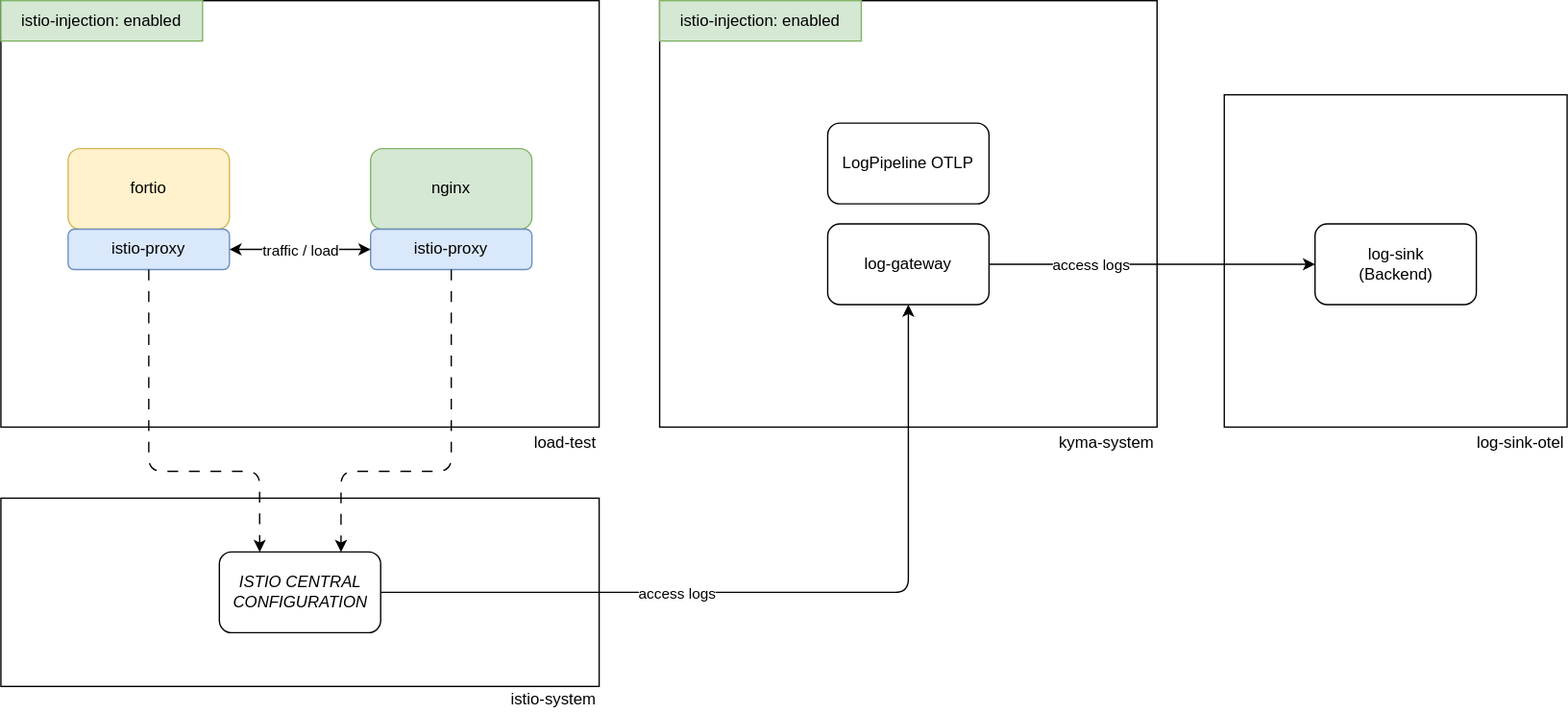
TeodorSAP/playground keeps this draw.io diagram as telemetry-manager/istio-access-logs/load-test-architecture.drawio.svg. Above is the earlier version. Source tidied: cells renumbered, new cells last; positions are measured from the earlier drawing's top-left corner, leaving out a move shared by most shapes. Its diagram source:
```xml
<mxGraphModel>
  <root>
    <mxCell id="0" />
    <mxCell id="1" parent="0" />
    <mxCell id="2" style="group;" parent="1" vertex="1">
      <mxGeometry x="910" width="255" height="370" as="geometry" />
    </mxCell>
    <mxCell id="3" style="rounded=0;whiteSpace=wrap;html=1;fillColor=none;" parent="2" vertex="1">
      <mxGeometry y="70" width="255" height="247.1" as="geometry" />
    </mxCell>
    <mxCell id="4" value="log-sink-otel" style="text;html=1;align=right;verticalAlign=middle;whiteSpace=wrap;rounded=0;" parent="2" vertex="1">
      <mxGeometry x="85" y="317.1" width="170" height="22.9" as="geometry" />
    </mxCell>
    <mxCell id="5" value="log-sink&lt;div&gt;(Backend)&lt;/div&gt;" style="rounded=1;whiteSpace=wrap;html=1;" parent="2" vertex="1">
      <mxGeometry x="67.5" y="166.1" width="120" height="60" as="geometry" />
    </mxCell>
    <mxCell id="6" style="group;" parent="1" vertex="1">
      <mxGeometry x="190" width="255" height="370" as="geometry" />
    </mxCell>
    <mxCell id="7" style="rounded=0;whiteSpace=wrap;html=1;fillColor=none;" parent="6" vertex="1">
      <mxGeometry x="-190" width="445" height="317.1" as="geometry" />
    </mxCell>
    <mxCell id="8" value="load-test" style="text;html=1;align=right;verticalAlign=middle;whiteSpace=wrap;rounded=0;" parent="6" vertex="1">
      <mxGeometry x="85" y="317.1" width="170" height="22.9" as="geometry" />
    </mxCell>
    <mxCell id="9" value="nginx" style="rounded=1;whiteSpace=wrap;html=1;fillColor=#d5e8d4;strokeColor=#82b366;" parent="6" vertex="1">
      <mxGeometry x="85" y="110" width="120" height="60" as="geometry" />
    </mxCell>
    <mxCell id="10" value="istio-proxy" style="rounded=1;whiteSpace=wrap;html=1;fillColor=#dae8fc;strokeColor=#6c8ebf;" parent="6" vertex="1">
      <mxGeometry x="85" y="170" width="120" height="30" as="geometry" />
    </mxCell>
    <mxCell id="11" value="fortio" style="rounded=1;whiteSpace=wrap;html=1;fillColor=#fff2cc;strokeColor=#d6b656;" parent="6" vertex="1">
      <mxGeometry x="-140" y="110" width="120" height="60" as="geometry" />
    </mxCell>
    <mxCell id="12" value="istio-proxy" style="rounded=1;whiteSpace=wrap;html=1;fillColor=#dae8fc;strokeColor=#6c8ebf;" parent="6" vertex="1">
      <mxGeometry x="-140" y="170" width="120" height="30" as="geometry" />
    </mxCell>
    <mxCell id="13" style="edgeStyle=none;html=1;entryX=0;entryY=0.5;entryDx=0;entryDy=0;startArrow=classic;startFill=1;exitX=1;exitY=0.5;exitDx=0;exitDy=0;" parent="6" edge="1" source="12" target="10">
      <mxGeometry relative="1" as="geometry" />
    </mxCell>
    <mxCell id="14" value="traffic / load" style="edgeLabel;html=1;align=center;verticalAlign=middle;" parent="13" vertex="1">
      <mxGeometry x="-0.04" y="-2" relative="1" as="geometry">
        <mxPoint x="2" y="-2" as="offset" />
      </mxGeometry>
    </mxCell>
    <mxCell id="15" style="group;" parent="1" vertex="1">
      <mxGeometry x="490" width="370" height="370" as="geometry" />
    </mxCell>
    <mxCell id="16" style="rounded=0;whiteSpace=wrap;html=1;fillColor=none;" parent="15" vertex="1">
      <mxGeometry width="370" height="317.1" as="geometry" />
    </mxCell>
    <mxCell id="17" value="kyma-system" style="text;html=1;align=right;verticalAlign=middle;whiteSpace=wrap;rounded=0;" parent="15" vertex="1">
      <mxGeometry x="123.3" y="317.1" width="246.7" height="22.9" as="geometry" />
    </mxCell>
    <mxCell id="18" value="log-gateway" style="rounded=1;whiteSpace=wrap;html=1;" parent="15" vertex="1">
      <mxGeometry x="125" y="166.1" width="120" height="60" as="geometry" />
    </mxCell>
    <mxCell id="19" value="LogPipeline OTLP" style="rounded=1;whiteSpace=wrap;html=1;" parent="15" vertex="1">
      <mxGeometry x="125" y="91.1" width="120" height="60" as="geometry" />
    </mxCell>
    <mxCell id="20" value="istio-injection: enabled" style="text;html=1;align=center;verticalAlign=middle;whiteSpace=wrap;rounded=0;fillColor=#d5e8d4;strokeColor=#82b366;" parent="15" vertex="1">
      <mxGeometry width="150" height="30" as="geometry" />
    </mxCell>
    <mxCell id="21" style="edgeStyle=orthogonalEdgeStyle;html=1;entryX=0;entryY=0.5;entryDx=0;entryDy=0;exitX=1;exitY=0.5;exitDx=0;exitDy=0;" parent="1" edge="1" source="18" target="5">
      <mxGeometry relative="1" as="geometry" />
    </mxCell>
    <mxCell id="22" value="access logs" style="edgeLabel;html=1;align=center;verticalAlign=middle;" parent="21" vertex="1">
      <mxGeometry x="-0.28" y="1" relative="1" as="geometry">
        <mxPoint x="-12" y="1" as="offset" />
      </mxGeometry>
    </mxCell>
    <mxCell id="23" style="edgeStyle=orthogonalEdgeStyle;html=1;entryX=0.5;entryY=1;entryDx=0;entryDy=0;exitX=1;exitY=0.5;exitDx=0;exitDy=0;" parent="1" edge="1" source="27" target="18">
      <mxGeometry relative="1" as="geometry" />
    </mxCell>
    <mxCell id="24" value="access logs" style="edgeLabel;html=1;align=center;verticalAlign=middle;" parent="23" vertex="1">
      <mxGeometry x="0.06" y="-2" relative="1" as="geometry">
        <mxPoint x="-100" y="-2" as="offset" />
      </mxGeometry>
    </mxCell>
    <mxCell id="25" style="rounded=0;whiteSpace=wrap;html=1;fillColor=none;" parent="1" vertex="1">
      <mxGeometry y="370" width="445" height="140" as="geometry" />
    </mxCell>
    <mxCell id="26" value="istio-system" style="text;html=1;align=right;verticalAlign=middle;whiteSpace=wrap;rounded=0;" parent="1" vertex="1">
      <mxGeometry x="275" y="510" width="170" height="20" as="geometry" />
    </mxCell>
    <mxCell id="27" value="&lt;i&gt;ISTIO CENTRAL CONFIGURATION&lt;/i&gt;" style="rounded=1;whiteSpace=wrap;html=1;" parent="1" vertex="1">
      <mxGeometry x="162.5" y="410" width="120" height="60" as="geometry" />
    </mxCell>
    <mxCell id="28" style="edgeStyle=orthogonalEdgeStyle;html=1;exitX=0.5;exitY=1;exitDx=0;exitDy=0;entryX=0.75;entryY=0;entryDx=0;entryDy=0;dashed=1;dashPattern=8 8;" parent="1" edge="1" source="10" target="27">
      <mxGeometry relative="1" as="geometry">
        <Array as="points">
          <mxPoint x="335" y="350" />
          <mxPoint x="253" y="350" />
          <mxPoint x="253" y="410" />
        </Array>
      </mxGeometry>
    </mxCell>
    <mxCell id="29" value="istio-injection: enabled" style="text;html=1;align=center;verticalAlign=middle;whiteSpace=wrap;rounded=0;fillColor=#d5e8d4;strokeColor=#82b366;" parent="1" vertex="1">
      <mxGeometry width="150" height="30" as="geometry" />
    </mxCell>
    <mxCell id="30" style="edgeStyle=orthogonalEdgeStyle;html=1;entryX=0.25;entryY=0;entryDx=0;entryDy=0;dashed=1;dashPattern=8 8;" parent="1" edge="1" source="12" target="27">
      <mxGeometry relative="1" as="geometry">
        <Array as="points">
          <mxPoint x="110" y="350" />
          <mxPoint x="193" y="350" />
        </Array>
      </mxGeometry>
    </mxCell>
  </root>
</mxGraphModel>
```
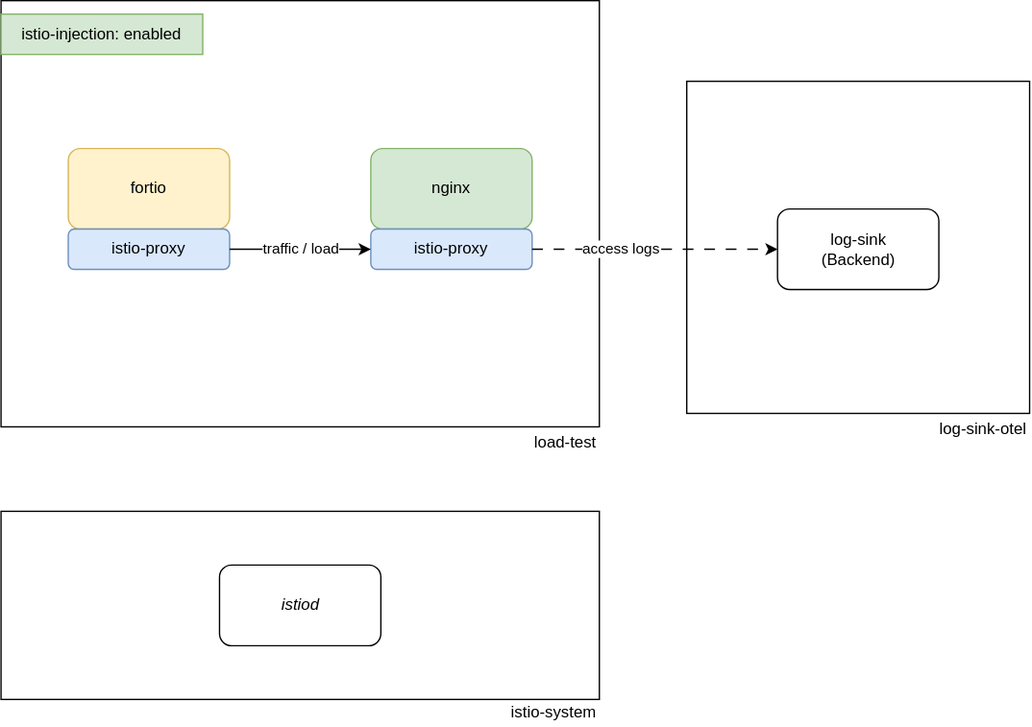
Above is the later version.

Commit message:
Istio Access Logs: Attempt #2

Diff of the diagram source:
```diff
@@ -3,19 +3,19 @@
     <mxCell id="0" />
     <mxCell id="1" parent="0" />
     <mxCell id="2" style="group;" parent="1" vertex="1">
-      <mxGeometry x="910" width="255" height="370" as="geometry" />
+      <mxGeometry x="490" y="160" width="255" height="370" as="geometry" />
     </mxCell>
     <mxCell id="3" style="rounded=0;whiteSpace=wrap;html=1;fillColor=none;" parent="2" vertex="1">
-      <mxGeometry y="70" width="255" height="247.1" as="geometry" />
+      <mxGeometry x="20" y="-110" width="255" height="247.1" as="geometry" />
     </mxCell>
     <mxCell id="4" value="log-sink-otel" style="text;html=1;align=right;verticalAlign=middle;whiteSpace=wrap;rounded=0;" parent="2" vertex="1">
-      <mxGeometry x="85" y="317.1" width="170" height="22.9" as="geometry" />
+      <mxGeometry x="105" y="137.1" width="170" height="22.9" as="geometry" />
     </mxCell>
     <mxCell id="5" value="log-sink&lt;div&gt;(Backend)&lt;/div&gt;" style="rounded=1;whiteSpace=wrap;html=1;" parent="2" vertex="1">
-      <mxGeometry x="67.5" y="166.1" width="120" height="60" as="geometry" />
+      <mxGeometry x="87.5" y="-15" width="120" height="60" as="geometry" />
     </mxCell>
     <mxCell id="6" style="group;" parent="1" vertex="1">
-      <mxGeometry x="190" width="255" height="370" as="geometry" />
+      <mxGeometry x="190" y="-10" width="255" height="370" as="geometry" />
     </mxCell>
     <mxCell id="7" style="rounded=0;whiteSpace=wrap;html=1;fillColor=none;" parent="6" vertex="1">
       <mxGeometry x="-190" width="445" height="317.1" as="geometry" />
@@ -35,7 +35,7 @@
     <mxCell id="12" value="istio-proxy" style="rounded=1;whiteSpace=wrap;html=1;fillColor=#dae8fc;strokeColor=#6c8ebf;" parent="6" vertex="1">
       <mxGeometry x="-140" y="170" width="120" height="30" as="geometry" />
     </mxCell>
-    <mxCell id="13" style="edgeStyle=none;html=1;entryX=0;entryY=0.5;entryDx=0;entryDy=0;startArrow=classic;startFill=1;exitX=1;exitY=0.5;exitDx=0;exitDy=0;" parent="6" edge="1" source="12" target="10">
+    <mxCell id="13" style="edgeStyle=none;html=1;entryX=0;entryY=0.5;entryDx=0;entryDy=0;startArrow=none;startFill=0;exitX=1;exitY=0.5;exitDx=0;exitDy=0;" parent="6" edge="1" source="12" target="10">
       <mxGeometry relative="1" as="geometry" />
     </mxCell>
     <mxCell id="14" value="traffic / load" style="edgeLabel;html=1;align=center;verticalAlign=middle;" parent="13" vertex="1">
@@ -43,68 +43,29 @@
         <mxPoint x="2" y="-2" as="offset" />
       </mxGeometry>
     </mxCell>
-    <mxCell id="15" style="group;" parent="1" vertex="1">
-      <mxGeometry x="490" width="370" height="370" as="geometry" />
-    </mxCell>
-    <mxCell id="16" style="rounded=0;whiteSpace=wrap;html=1;fillColor=none;" parent="15" vertex="1">
-      <mxGeometry width="370" height="317.1" as="geometry" />
-    </mxCell>
-    <mxCell id="17" value="kyma-system" style="text;html=1;align=right;verticalAlign=middle;whiteSpace=wrap;rounded=0;" parent="15" vertex="1">
-      <mxGeometry x="123.3" y="317.1" width="246.7" height="22.9" as="geometry" />
-    </mxCell>
-    <mxCell id="18" value="log-gateway" style="rounded=1;whiteSpace=wrap;html=1;" parent="15" vertex="1">
-      <mxGeometry x="125" y="166.1" width="120" height="60" as="geometry" />
-    </mxCell>
-    <mxCell id="19" value="LogPipeline OTLP" style="rounded=1;whiteSpace=wrap;html=1;" parent="15" vertex="1">
-      <mxGeometry x="125" y="91.1" width="120" height="60" as="geometry" />
-    </mxCell>
-    <mxCell id="20" value="istio-injection: enabled" style="text;html=1;align=center;verticalAlign=middle;whiteSpace=wrap;rounded=0;fillColor=#d5e8d4;strokeColor=#82b366;" parent="15" vertex="1">
-      <mxGeometry width="150" height="30" as="geometry" />
-    </mxCell>
-    <mxCell id="21" style="edgeStyle=orthogonalEdgeStyle;html=1;entryX=0;entryY=0.5;entryDx=0;entryDy=0;exitX=1;exitY=0.5;exitDx=0;exitDy=0;" parent="1" edge="1" source="18" target="5">
-      <mxGeometry relative="1" as="geometry" />
-    </mxCell>
-    <mxCell id="22" value="access logs" style="edgeLabel;html=1;align=center;verticalAlign=middle;" parent="21" vertex="1">
-      <mxGeometry x="-0.28" y="1" relative="1" as="geometry">
-        <mxPoint x="-12" y="1" as="offset" />
-      </mxGeometry>
-    </mxCell>
-    <mxCell id="23" style="edgeStyle=orthogonalEdgeStyle;html=1;entryX=0.5;entryY=1;entryDx=0;entryDy=0;exitX=1;exitY=0.5;exitDx=0;exitDy=0;" parent="1" edge="1" source="27" target="18">
-      <mxGeometry relative="1" as="geometry" />
-    </mxCell>
-    <mxCell id="24" value="access logs" style="edgeLabel;html=1;align=center;verticalAlign=middle;" parent="23" vertex="1">
-      <mxGeometry x="0.06" y="-2" relative="1" as="geometry">
-        <mxPoint x="-100" y="-2" as="offset" />
-      </mxGeometry>
-    </mxCell>
     <mxCell id="25" style="rounded=0;whiteSpace=wrap;html=1;fillColor=none;" parent="1" vertex="1">
       <mxGeometry y="370" width="445" height="140" as="geometry" />
     </mxCell>
     <mxCell id="26" value="istio-system" style="text;html=1;align=right;verticalAlign=middle;whiteSpace=wrap;rounded=0;" parent="1" vertex="1">
       <mxGeometry x="275" y="510" width="170" height="20" as="geometry" />
     </mxCell>
-    <mxCell id="27" value="&lt;i&gt;ISTIO CENTRAL CONFIGURATION&lt;/i&gt;" style="rounded=1;whiteSpace=wrap;html=1;" parent="1" vertex="1">
+    <mxCell id="27" value="&lt;i&gt;istiod&lt;/i&gt;" style="rounded=1;whiteSpace=wrap;html=1;" parent="1" vertex="1">
       <mxGeometry x="162.5" y="410" width="120" height="60" as="geometry" />
     </mxCell>
-    <mxCell id="28" style="edgeStyle=orthogonalEdgeStyle;html=1;exitX=0.5;exitY=1;exitDx=0;exitDy=0;entryX=0.75;entryY=0;entryDx=0;entryDy=0;dashed=1;dashPattern=8 8;" parent="1" edge="1" source="10" target="27">
-      <mxGeometry relative="1" as="geometry">
-        <Array as="points">
-          <mxPoint x="335" y="350" />
-          <mxPoint x="253" y="350" />
-          <mxPoint x="253" y="410" />
-        </Array>
-      </mxGeometry>
-    </mxCell>
     <mxCell id="29" value="istio-injection: enabled" style="text;html=1;align=center;verticalAlign=middle;whiteSpace=wrap;rounded=0;fillColor=#d5e8d4;strokeColor=#82b366;" parent="1" vertex="1">
       <mxGeometry width="150" height="30" as="geometry" />
     </mxCell>
-    <mxCell id="30" style="edgeStyle=orthogonalEdgeStyle;html=1;entryX=0.25;entryY=0;entryDx=0;entryDy=0;dashed=1;dashPattern=8 8;" parent="1" edge="1" source="12" target="27">
-      <mxGeometry relative="1" as="geometry">
-        <Array as="points">
-          <mxPoint x="110" y="350" />
-          <mxPoint x="193" y="350" />
-        </Array>
-      </mxGeometry>
-    </mxCell>
+    <mxCell id="31" style="edgeStyle=orthogonalEdgeStyle;html=1;exitX=1;exitY=0.5;exitDx=0;exitDy=0;entryX=0;entryY=0.5;entryDx=0;entryDy=0;dashed=1;dashPattern=8 8;" parent="1" edge="1" source="10" target="5">
+      <mxGeometry relative="1" as="geometry">
+        <Array as="points">
+          <mxPoint x="578" y="175" />
+        </Array>
+      </mxGeometry>
+    </mxCell>
+    <mxCell id="32" value="access logs" style="edgeLabel;html=1;align=center;verticalAlign=middle;" parent="31" vertex="1">
+      <mxGeometry x="-0.65" y="-1" relative="1" as="geometry">
+        <mxPoint x="33" y="-1" as="offset" />
+      </mxGeometry>
+    </mxCell>
   </root>
 </mxGraphModel>
```
